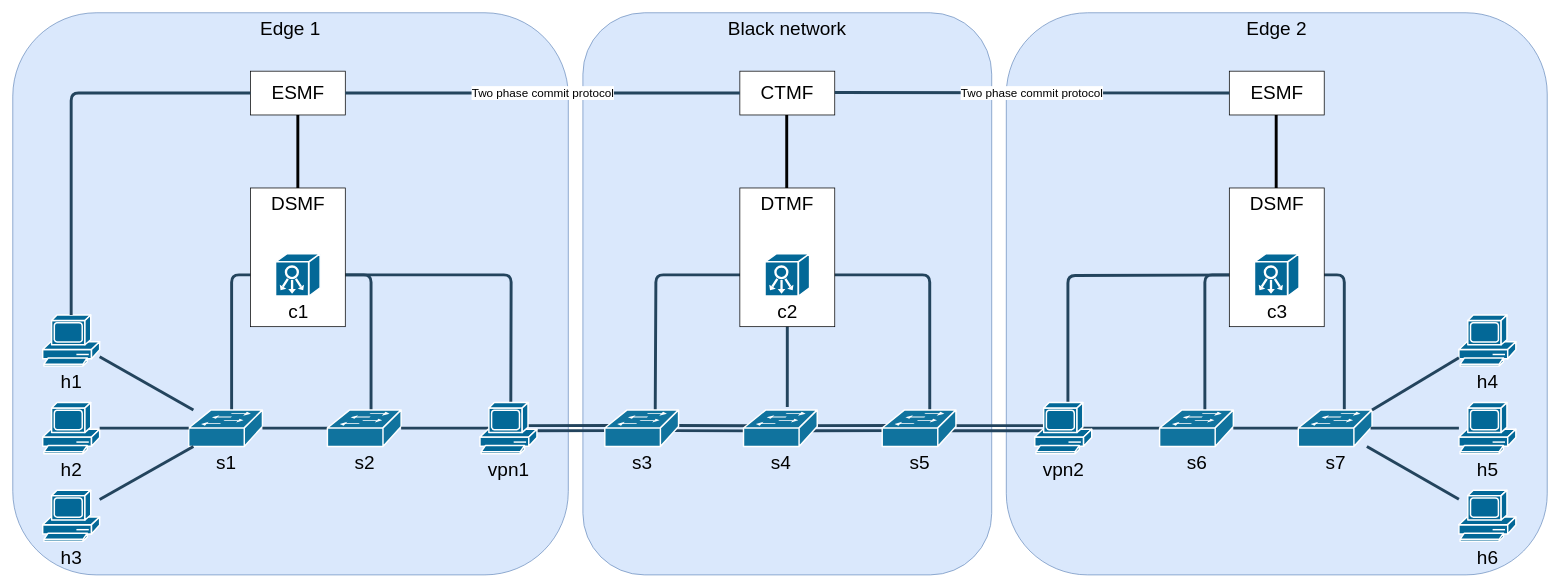
The draw.io diagram diagrams/topology.drawio in FriwiDev/thesis, before the edit. Source tidied: cells renumbered, new cells numbered last; positions are measured from the earlier drawing's top-left corner, leaving out a move shared by most shapes. Both pictures are drawn from the tidied source at 73%, with x=0, y=0 at pixel (12, 12).
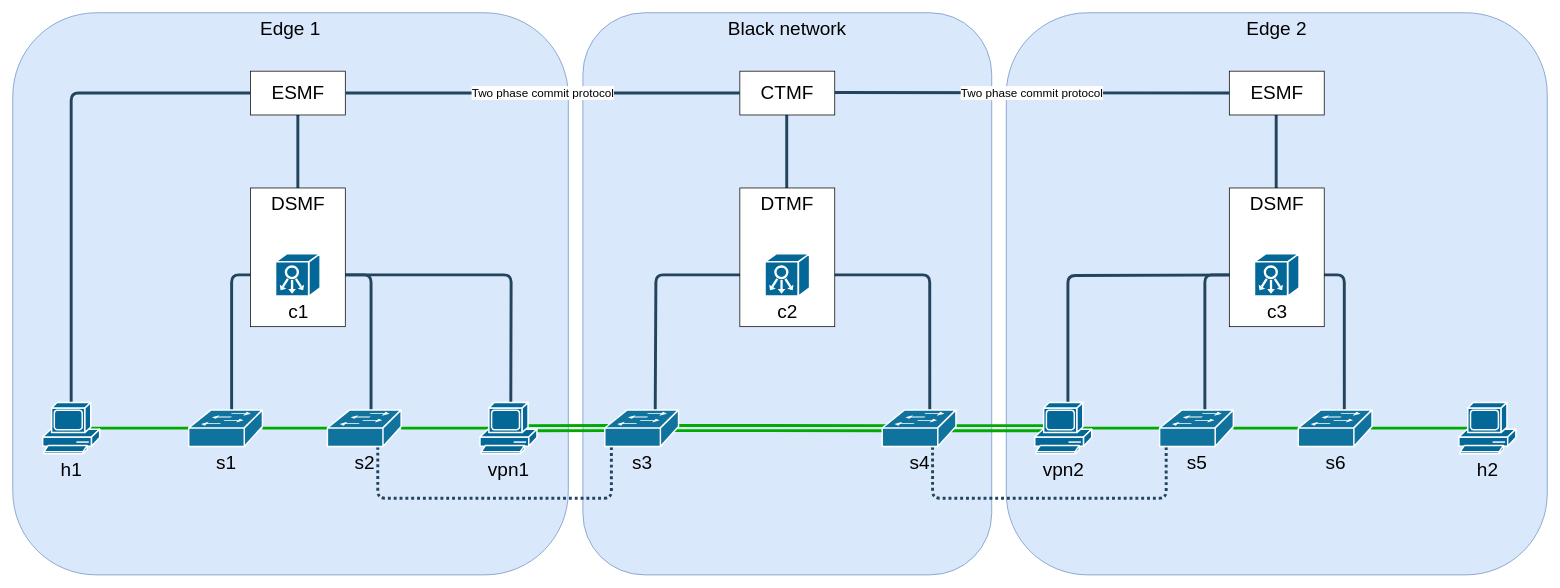
The same diagram, later.

Unchanged cells that the change refers to:
```xml
<mxCell id="47" value="&lt;font style=&quot;font-size: 26px;&quot;&gt;ESMF&lt;/font&gt;" style="rounded=0;whiteSpace=wrap;html=1;" parent="1" vertex="1">
  <mxGeometry x="325.5" y="80" width="130" height="60" as="geometry" />
</mxCell>
<mxCell id="50" value="c1" style="shape=mxgraph.cisco.controllers_and_modules.system_controller;sketch=0;html=1;dashed=0;fillColor=#036897;strokeColor=#ffffff;strokeWidth=2;verticalLabelPosition=bottom;verticalAlign=top;align=center;outlineConnect=0;fontSize=26;" parent="1" vertex="1">
  <mxGeometry x="360" y="330" width="61" height="58" as="geometry" />
</mxCell>
<mxCell id="56" value="vpn1" style="shape=mxgraph.cisco.computers_and_peripherals.pc;sketch=0;html=1;dashed=0;fillColor=#036897;strokeColor=#ffffff;strokeWidth=2;verticalLabelPosition=bottom;verticalAlign=top;align=center;outlineConnect=0;fontColor=#000000;fontSize=26;" parent="1" vertex="1">
  <mxGeometry x="640" y="534" width="78" height="70" as="geometry" />
</mxCell>
<mxCell id="57" value="vpn2" style="shape=mxgraph.cisco.computers_and_peripherals.pc;sketch=0;html=1;dashed=0;fillColor=#036897;strokeColor=#ffffff;strokeWidth=2;verticalLabelPosition=bottom;verticalAlign=top;align=center;outlineConnect=0;fontColor=#000000;fontSize=26;" parent="1" vertex="1">
  <mxGeometry x="1400" y="534" width="78" height="70" as="geometry" />
</mxCell>
```

Change to the diagram source:
```diff
@@
-    <mxCell id="3" style="edgeStyle=orthogonalEdgeStyle;rounded=0;orthogonalLoop=1;jettySize=auto;html=1;exitX=0.5;exitY=0;exitDx=0;exitDy=0;exitPerimeter=0;entryX=0.5;entryY=1;entryDx=0;entryDy=0;endArrow=none;endFill=0;strokeWidth=4;" parent="1" edge="1">
+    <mxCell id="3" style="edgeStyle=orthogonalEdgeStyle;rounded=0;orthogonalLoop=1;jettySize=auto;html=1;exitX=0.5;exitY=0;exitDx=0;exitDy=0;exitPerimeter=0;entryX=0.5;entryY=1;entryDx=0;entryDy=0;endArrow=none;endFill=0;strokeWidth=4;strokeColor=#23445d;" parent="1" edge="1">
       <mxGeometry relative="1" as="geometry">
         <mxPoint x="1730.7" y="330" as="sourcePoint" />
         <mxPoint x="1730.7" y="140" as="targetPoint" />
       </mxGeometry>
     </mxCell>
@@
-    <mxCell id="9" style="edgeStyle=orthogonalEdgeStyle;rounded=1;html=1;strokeColor=#23445D;endArrow=none;endFill=0;strokeWidth=4;entryX=0.594;entryY=-0.08;entryDx=0;entryDy=0;entryPerimeter=0;" parent="1" edge="1" target="28">
-      <mxGeometry relative="1" as="geometry">
-        <mxPoint x="1061" y="420" as="sourcePoint" />
-        <Array as="points">
-          <mxPoint x="1061" y="470" />
-          <mxPoint x="1061" y="470" />
-        </Array>
-      </mxGeometry>
-    </mxCell>
@@
-    <mxCell id="12" style="edgeStyle=orthogonalEdgeStyle;rounded=0;orthogonalLoop=1;jettySize=auto;html=1;exitX=0.5;exitY=0;exitDx=0;exitDy=0;exitPerimeter=0;entryX=0.5;entryY=1;entryDx=0;entryDy=0;endArrow=none;endFill=0;strokeWidth=4;" parent="1" edge="1">
+    <mxCell id="12" style="edgeStyle=orthogonalEdgeStyle;rounded=0;orthogonalLoop=1;jettySize=auto;html=1;exitX=0.5;exitY=0;exitDx=0;exitDy=0;exitPerimeter=0;entryX=0.5;entryY=1;entryDx=0;entryDy=0;endArrow=none;endFill=0;strokeWidth=4;strokeColor=#23445d;" parent="1" edge="1">
       <mxGeometry relative="1" as="geometry">
         <mxPoint x="1060.2" y="330" as="sourcePoint" />
         <mxPoint x="1060.2" y="140" as="targetPoint" />
       </mxGeometry>
     </mxCell>
@@
-    <mxCell id="18" style="edgeStyle=orthogonalEdgeStyle;rounded=0;jettySize=auto;html=1;exitX=0.5;exitY=0;exitDx=0;exitDy=0;exitPerimeter=0;entryX=0.5;entryY=1;entryDx=0;entryDy=0;endArrow=none;endFill=0;strokeWidth=4;" parent="1" edge="1" source="50" target="47">
+    <mxCell id="18" style="edgeStyle=orthogonalEdgeStyle;rounded=0;jettySize=auto;html=1;exitX=0.5;exitY=0;exitDx=0;exitDy=0;exitPerimeter=0;entryX=0.5;entryY=1;entryDx=0;entryDy=0;endArrow=none;endFill=0;strokeWidth=4;strokeColor=#23445d;" parent="1" edge="1" source="50" target="47">
       <mxGeometry relative="1" as="geometry" />
     </mxCell>
@@
-    <mxCell id="20" value="&lt;font color=&quot;#000000&quot;&gt;s1&lt;/font&gt;" style="shape=mxgraph.cisco.switches.workgroup_switch;html=1;dashed=0;fillColor=#10739E;strokeColor=#ffffff;strokeWidth=2;verticalLabelPosition=bottom;verticalAlign=top;fontFamily=Helvetica;fontSize=26;fontColor=#FFB366;" parent="1" vertex="1">
-      <mxGeometry x="241" y="544" width="101" height="50" as="geometry" />
-    </mxCell>
-    <mxCell id="21" style="edgeStyle=none;rounded=1;html=1;strokeColor=#23445D;endArrow=none;endFill=0;strokeWidth=4;" parent="1" edge="1" target="20">
+    <mxCell id="21" style="edgeStyle=none;rounded=1;html=1;strokeColor=#00AB00;endArrow=none;endFill=0;strokeWidth=4;" parent="1" edge="1" target="20">
       <mxGeometry relative="1" as="geometry">
         <mxPoint x="431" y="569" as="sourcePoint" />
       </mxGeometry>
     </mxCell>
-    <mxCell id="22" value="s2" style="shape=mxgraph.cisco.switches.workgroup_switch;html=1;dashed=0;fillColor=#10739E;strokeColor=#ffffff;strokeWidth=2;verticalLabelPosition=bottom;verticalAlign=top;fontFamily=Helvetica;fontSize=26;fontColor=#000000;" parent="1" vertex="1">
-      <mxGeometry x="431" y="544" width="101" height="50" as="geometry" />
-    </mxCell>
-    <mxCell id="23" style="edgeStyle=none;rounded=1;html=1;strokeColor=#23445D;endArrow=none;endFill=0;strokeWidth=4;exitX=0.16;exitY=0.5;exitDx=0;exitDy=0;exitPerimeter=0;" parent="1" edge="1" source="56" target="22">
+    <mxCell id="23" style="edgeStyle=none;rounded=1;html=1;strokeColor=#00AB00;endArrow=none;endFill=0;strokeWidth=4;exitX=0.16;exitY=0.5;exitDx=0;exitDy=0;exitPerimeter=0;" parent="1" edge="1" source="56" target="22">
       <mxGeometry relative="1" as="geometry" />
     </mxCell>
-    <mxCell id="24" style="edgeStyle=none;rounded=1;html=1;strokeColor=#23445D;endArrow=none;endFill=0;strokeWidth=4;entryX=0.83;entryY=0.5;entryDx=0;entryDy=0;entryPerimeter=0;shape=link;exitX=0.103;exitY=0.497;exitDx=0;exitDy=0;exitPerimeter=0;" parent="1" edge="1" source="26" target="56">
+    <mxCell id="24" style="edgeStyle=none;rounded=1;html=1;strokeColor=#00AB00;endArrow=none;endFill=0;strokeWidth=4;entryX=0.83;entryY=0.5;entryDx=0;entryDy=0;entryPerimeter=0;shape=link;exitX=0.103;exitY=0.497;exitDx=0;exitDy=0;exitPerimeter=0;" parent="1" edge="1" source="26" target="56">
       <mxGeometry relative="1" as="geometry" />
     </mxCell>
-    <mxCell id="25" style="edgeStyle=none;rounded=1;html=1;strokeColor=#23445D;endArrow=none;endFill=0;strokeWidth=4;shape=link;exitX=0.108;exitY=0.504;exitDx=0;exitDy=0;exitPerimeter=0;" parent="1" edge="1" source="28">
+    <mxCell id="25" style="edgeStyle=none;rounded=1;html=1;strokeColor=#00AB00;endArrow=none;endFill=0;strokeWidth=4;shape=link;exitX=0.152;exitY=0.5;exitDx=0;exitDy=0;exitPerimeter=0;" parent="1" edge="1" source="30">
       <mxGeometry relative="1" as="geometry">
         <mxPoint x="903" y="568.9" as="targetPoint" />
       </mxGeometry>
     </mxCell>
-    <mxCell id="26" value="s3" style="shape=mxgraph.cisco.switches.workgroup_switch;html=1;dashed=0;fillColor=#10739E;strokeColor=#ffffff;strokeWidth=2;verticalLabelPosition=bottom;verticalAlign=top;fontFamily=Helvetica;fontSize=26;fontColor=#000000;" parent="1" vertex="1">
-      <mxGeometry x="811" y="544" width="101" height="50" as="geometry" />
-    </mxCell>
-    <mxCell id="27" style="edgeStyle=none;rounded=1;html=1;strokeColor=#23445D;endArrow=none;endFill=0;strokeWidth=4;shape=link;exitX=0.16;exitY=0.497;exitDx=0;exitDy=0;exitPerimeter=0;" parent="1" edge="1" source="30">
-      <mxGeometry relative="1" as="geometry">
-        <mxPoint x="1092" y="569" as="targetPoint" />
-      </mxGeometry>
-    </mxCell>
-    <mxCell id="28" value="s4" style="shape=mxgraph.cisco.switches.workgroup_switch;html=1;dashed=0;fillColor=#10739E;strokeColor=#ffffff;strokeWidth=2;verticalLabelPosition=bottom;verticalAlign=top;fontFamily=Helvetica;fontSize=26;fontColor=#000000;" parent="1" vertex="1">
-      <mxGeometry x="1001" y="544" width="101" height="50" as="geometry" />
-    </mxCell>
-    <mxCell id="29" style="edgeStyle=none;rounded=1;html=1;strokeColor=#23445D;endArrow=none;endFill=0;strokeWidth=4;exitX=0.16;exitY=0.5;exitDx=0;exitDy=0;exitPerimeter=0;shape=link;" parent="1" edge="1" source="57">
+    <mxCell id="29" style="edgeStyle=none;rounded=1;html=1;strokeColor=#00AB00;endArrow=none;endFill=0;strokeWidth=4;exitX=0.16;exitY=0.5;exitDx=0;exitDy=0;exitPerimeter=0;shape=link;" parent="1" edge="1" source="57">
       <mxGeometry relative="1" as="geometry">
         <mxPoint x="1281" y="569" as="targetPoint" />
       </mxGeometry>
     </mxCell>
-    <mxCell id="30" value="s5" style="shape=mxgraph.cisco.switches.workgroup_switch;html=1;dashed=0;fillColor=#10739E;strokeColor=#ffffff;strokeWidth=2;verticalLabelPosition=bottom;verticalAlign=top;fontFamily=Helvetica;fontSize=26;fontColor=#000000;" parent="1" vertex="1">
-      <mxGeometry x="1191" y="544" width="101" height="50" as="geometry" />
-    </mxCell>
-    <mxCell id="31" style="edgeStyle=none;rounded=1;html=1;strokeColor=#23445D;endArrow=none;endFill=0;strokeWidth=4;entryX=0.83;entryY=0.5;entryDx=0;entryDy=0;entryPerimeter=0;" parent="1" edge="1" target="57">
+    <mxCell id="31" style="edgeStyle=none;rounded=1;html=1;strokeColor=#00AB00;endArrow=none;endFill=0;strokeWidth=4;entryX=0.83;entryY=0.5;entryDx=0;entryDy=0;entryPerimeter=0;" parent="1" edge="1" target="57">
       <mxGeometry relative="1" as="geometry">
         <mxPoint x="1571" y="569" as="sourcePoint" />
       </mxGeometry>
     </mxCell>
-    <mxCell id="32" value="s6" style="shape=mxgraph.cisco.switches.workgroup_switch;html=1;dashed=0;fillColor=#10739E;strokeColor=#ffffff;strokeWidth=2;verticalLabelPosition=bottom;verticalAlign=top;fontFamily=Helvetica;fontSize=26;fontColor=#000000;" parent="1" vertex="1">
-      <mxGeometry x="1571" y="544" width="101" height="50" as="geometry" />
-    </mxCell>
-    <mxCell id="33" style="edgeStyle=none;rounded=1;html=1;strokeColor=#23445D;endArrow=none;endFill=0;strokeWidth=4;" parent="1" edge="1" target="32">
+    <mxCell id="33" style="edgeStyle=none;rounded=1;html=1;strokeColor=#00AB00;endArrow=none;endFill=0;strokeWidth=4;" parent="1" edge="1" target="32">
       <mxGeometry relative="1" as="geometry">
         <mxPoint x="1761" y="569" as="sourcePoint" />
       </mxGeometry>
     </mxCell>
-    <mxCell id="34" value="s7" style="shape=mxgraph.cisco.switches.workgroup_switch;html=1;dashed=0;fillColor=#10739E;strokeColor=#ffffff;strokeWidth=2;verticalLabelPosition=bottom;verticalAlign=top;fontFamily=Helvetica;fontSize=26;fontColor=#000000;" parent="1" vertex="1">
-      <mxGeometry x="1761" y="544" width="101" height="50" as="geometry" />
-    </mxCell>
-    <mxCell id="35" value="h1" style="shape=mxgraph.cisco.computers_and_peripherals.pc;sketch=0;html=1;dashed=0;fillColor=#036897;strokeColor=#ffffff;strokeWidth=2;verticalLabelPosition=bottom;verticalAlign=top;align=center;outlineConnect=0;fontColor=#000000;fontSize=26;" parent="1" vertex="1">
-      <mxGeometry x="41" y="414" width="78" height="70" as="geometry" />
-    </mxCell>
-    <mxCell id="36" value="h2" style="shape=mxgraph.cisco.computers_and_peripherals.pc;sketch=0;html=1;dashed=0;fillColor=#036897;strokeColor=#ffffff;strokeWidth=2;verticalLabelPosition=bottom;verticalAlign=top;align=center;outlineConnect=0;fontColor=#000000;fontSize=26;" parent="1" vertex="1">
-      <mxGeometry x="41" y="534" width="78" height="70" as="geometry" />
-    </mxCell>
-    <mxCell id="37" value="h3" style="shape=mxgraph.cisco.computers_and_peripherals.pc;sketch=0;html=1;dashed=0;fillColor=#036897;strokeColor=#ffffff;strokeWidth=2;verticalLabelPosition=bottom;verticalAlign=top;align=center;outlineConnect=0;fontColor=#000000;fontSize=26;" parent="1" vertex="1">
-      <mxGeometry x="41" y="654" width="78" height="70" as="geometry" />
-    </mxCell>
-    <mxCell id="38" style="edgeStyle=none;rounded=1;html=1;strokeColor=#23445D;endArrow=none;endFill=0;strokeWidth=4;exitX=0;exitY=0.5;exitDx=0;exitDy=0;exitPerimeter=0;" parent="1" edge="1" source="20" target="36">
+    <mxCell id="38" style="edgeStyle=none;rounded=1;html=1;strokeColor=#00AB00;endArrow=none;endFill=0;strokeWidth=4;exitX=0;exitY=0.5;exitDx=0;exitDy=0;exitPerimeter=0;entryX=0.83;entryY=0.5;entryDx=0;entryDy=0;entryPerimeter=0;" parent="1" edge="1" source="20" target="36">
       <mxGeometry relative="1" as="geometry" />
     </mxCell>
-    <mxCell id="39" style="edgeStyle=none;rounded=1;html=1;strokeColor=#23445D;endArrow=none;endFill=0;strokeWidth=4;" parent="1" edge="1" source="20" target="35">
-      <mxGeometry relative="1" as="geometry" />
-    </mxCell>
-    <mxCell id="40" style="edgeStyle=none;rounded=1;html=1;strokeColor=#23445D;endArrow=none;endFill=0;strokeWidth=4;" parent="1" edge="1" source="20" target="37">
-      <mxGeometry relative="1" as="geometry" />
-    </mxCell>
-    <mxCell id="41" value="h4" style="shape=mxgraph.cisco.computers_and_peripherals.pc;sketch=0;html=1;dashed=0;fillColor=#036897;strokeColor=#ffffff;strokeWidth=2;verticalLabelPosition=bottom;verticalAlign=top;align=center;outlineConnect=0;fontColor=#000000;fontSize=26;" parent="1" vertex="1">
-      <mxGeometry x="1981" y="414" width="78" height="70" as="geometry" />
-    </mxCell>
-    <mxCell id="42" value="h5" style="shape=mxgraph.cisco.computers_and_peripherals.pc;sketch=0;html=1;dashed=0;fillColor=#036897;strokeColor=#ffffff;strokeWidth=2;verticalLabelPosition=bottom;verticalAlign=top;align=center;outlineConnect=0;fontColor=#000000;fontSize=26;" parent="1" vertex="1">
-      <mxGeometry x="1981" y="534" width="78" height="70" as="geometry" />
-    </mxCell>
-    <mxCell id="43" value="h6" style="shape=mxgraph.cisco.computers_and_peripherals.pc;sketch=0;html=1;dashed=0;fillColor=#036897;strokeColor=#ffffff;strokeWidth=2;verticalLabelPosition=bottom;verticalAlign=top;align=center;outlineConnect=0;fontColor=#000000;fontSize=26;" parent="1" vertex="1">
-      <mxGeometry x="1981" y="654" width="78" height="70" as="geometry" />
-    </mxCell>
-    <mxCell id="44" style="edgeStyle=none;rounded=1;html=1;strokeColor=#23445D;endArrow=none;endFill=0;strokeWidth=4;exitX=0.98;exitY=0.5;exitDx=0;exitDy=0;exitPerimeter=0;" parent="1" edge="1" source="34" target="42">
+    <mxCell id="44" style="edgeStyle=none;rounded=1;html=1;strokeColor=#00AB00;endArrow=none;endFill=0;strokeWidth=4;exitX=0.98;exitY=0.5;exitDx=0;exitDy=0;exitPerimeter=0;entryX=0.16;entryY=0.5;entryDx=0;entryDy=0;entryPerimeter=0;" parent="1" edge="1" source="34" target="42">
       <mxGeometry relative="1" as="geometry" />
     </mxCell>
-    <mxCell id="45" style="edgeStyle=none;rounded=1;html=1;strokeColor=#23445D;endArrow=none;endFill=0;strokeWidth=4;exitX=1;exitY=0;exitDx=0;exitDy=0;exitPerimeter=0;" parent="1" edge="1" source="34" target="41">
-      <mxGeometry relative="1" as="geometry" />
-    </mxCell>
-    <mxCell id="46" style="edgeStyle=none;rounded=1;html=1;strokeColor=#23445D;endArrow=none;endFill=0;strokeWidth=4;" parent="1" edge="1" source="34" target="43">
-      <mxGeometry relative="1" as="geometry" />
-    </mxCell>
@@
-    <mxCell id="48" style="edgeStyle=orthogonalEdgeStyle;rounded=1;html=1;strokeColor=#23445D;endArrow=none;endFill=0;strokeWidth=4;" parent="1" edge="1" source="47" target="35">
+    <mxCell id="48" style="edgeStyle=orthogonalEdgeStyle;rounded=1;html=1;strokeColor=#23445D;endArrow=none;endFill=0;strokeWidth=4;entryX=0.5;entryY=0;entryDx=0;entryDy=0;entryPerimeter=0;" parent="1" edge="1" source="47" target="36">
       <mxGeometry relative="1" as="geometry" />
     </mxCell>
@@
+    <mxCell id="58" style="endArrow=none;html=1;strokeWidth=4;rounded=1;strokeColor=#23445d;dashed=1;dashPattern=1 1;" parent="1" edge="1">
+      <mxGeometry relative="1" as="geometry">
+        <mxPoint x="820" y="595" as="sourcePoint" />
+        <mxPoint x="500" y="595" as="targetPoint" />
+        <Array as="points">
+          <mxPoint x="820" y="665" />
+          <mxPoint x="500" y="665" />
+        </Array>
+      </mxGeometry>
+    </mxCell>
+    <mxCell id="59" style="endArrow=none;html=1;strokeWidth=4;rounded=1;strokeColor=#23445d;dashed=1;dashPattern=1 1;" parent="1" edge="1">
+      <mxGeometry relative="1" as="geometry">
+        <mxPoint x="1580" y="595" as="sourcePoint" />
+        <mxPoint x="1260" y="595" as="targetPoint" />
+        <Array as="points">
+          <mxPoint x="1580" y="665" />
+          <mxPoint x="1260" y="665" />
+        </Array>
+      </mxGeometry>
+    </mxCell>
+    <mxCell id="32" value="s5" style="shape=mxgraph.cisco.switches.workgroup_switch;html=1;dashed=0;fillColor=#10739E;strokeColor=#ffffff;strokeWidth=2;verticalLabelPosition=bottom;verticalAlign=top;fontFamily=Helvetica;fontSize=26;fontColor=#000000;" parent="1" vertex="1">
+      <mxGeometry x="1571" y="544" width="101" height="50" as="geometry" />
+    </mxCell>
+    <mxCell id="30" value="s4" style="shape=mxgraph.cisco.switches.workgroup_switch;html=1;dashed=0;fillColor=#10739E;strokeColor=#ffffff;strokeWidth=2;verticalLabelPosition=bottom;verticalAlign=top;fontFamily=Helvetica;fontSize=26;fontColor=#000000;" parent="1" vertex="1">
+      <mxGeometry x="1191" y="544" width="101" height="50" as="geometry" />
+    </mxCell>
+    <mxCell id="26" value="s3" style="shape=mxgraph.cisco.switches.workgroup_switch;html=1;dashed=0;fillColor=#10739E;strokeColor=#ffffff;strokeWidth=2;verticalLabelPosition=bottom;verticalAlign=top;fontFamily=Helvetica;fontSize=26;fontColor=#000000;" parent="1" vertex="1">
+      <mxGeometry x="811" y="544" width="101" height="50" as="geometry" />
+    </mxCell>
+    <mxCell id="22" value="s2" style="shape=mxgraph.cisco.switches.workgroup_switch;html=1;dashed=0;fillColor=#10739E;strokeColor=#ffffff;strokeWidth=2;verticalLabelPosition=bottom;verticalAlign=top;fontFamily=Helvetica;fontSize=26;fontColor=#000000;" parent="1" vertex="1">
+      <mxGeometry x="431" y="544" width="101" height="50" as="geometry" />
+    </mxCell>
+    <mxCell id="20" value="&lt;font color=&quot;#000000&quot;&gt;s1&lt;/font&gt;" style="shape=mxgraph.cisco.switches.workgroup_switch;html=1;dashed=0;fillColor=#10739E;strokeColor=#ffffff;strokeWidth=2;verticalLabelPosition=bottom;verticalAlign=top;fontFamily=Helvetica;fontSize=26;fontColor=#FFB366;" parent="1" vertex="1">
+      <mxGeometry x="241" y="544" width="101" height="50" as="geometry" />
+    </mxCell>
+    <mxCell id="34" value="s6" style="shape=mxgraph.cisco.switches.workgroup_switch;html=1;dashed=0;fillColor=#10739E;strokeColor=#ffffff;strokeWidth=2;verticalLabelPosition=bottom;verticalAlign=top;fontFamily=Helvetica;fontSize=26;fontColor=#000000;" parent="1" vertex="1">
+      <mxGeometry x="1761" y="544" width="101" height="50" as="geometry" />
+    </mxCell>
+    <mxCell id="42" value="h2" style="shape=mxgraph.cisco.computers_and_peripherals.pc;sketch=0;html=1;dashed=0;fillColor=#036897;strokeColor=#ffffff;strokeWidth=2;verticalLabelPosition=bottom;verticalAlign=top;align=center;outlineConnect=0;fontColor=#000000;fontSize=26;" parent="1" vertex="1">
+      <mxGeometry x="1981" y="534" width="78" height="70" as="geometry" />
+    </mxCell>
+    <mxCell id="36" value="h1" style="shape=mxgraph.cisco.computers_and_peripherals.pc;sketch=0;html=1;dashed=0;fillColor=#036897;strokeColor=#ffffff;strokeWidth=2;verticalLabelPosition=bottom;verticalAlign=top;align=center;outlineConnect=0;fontColor=#000000;fontSize=26;" parent="1" vertex="1">
+      <mxGeometry x="41" y="534" width="78" height="70" as="geometry" />
+    </mxCell>
```
